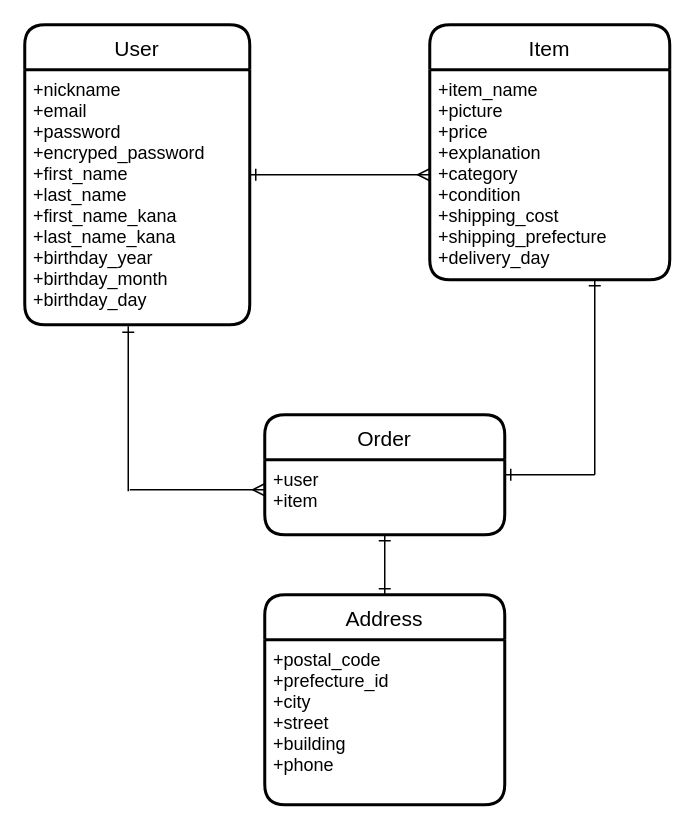
This is test.dio from sakki1226/furima-39659, a draw.io file, before an edit. Source tidied: cells renumbered, new cells numbered last; positions are measured from the earlier drawing's top-left corner, leaving out a move shared by most shapes. Both pictures are drawn from the tidied source at 150%, with x=0, y=0 at pixel (24, 24).
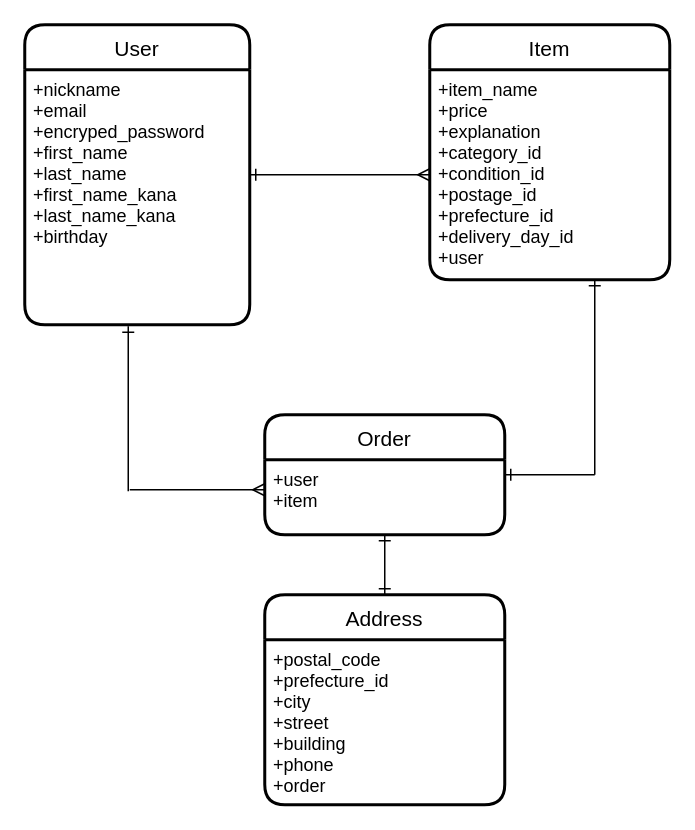
The same page after the edit.

Commit message (it also covers changes not shown here):
ER図、READMEの修正

Diff of the diagram source:
```diff
@@
 <mxGraphModel>
   <root>
     <mxCell id="0" />
     <mxCell id="1" parent="0" />
     <mxCell id="2" style="edgeStyle=none;html=1;entryX=0;entryY=0.5;entryDx=0;entryDy=0;startArrow=ERone;startFill=0;endArrow=ERmany;endFill=0;" parent="1" edge="1" source="3" target="6">
       <mxGeometry relative="1" as="geometry" />
     </mxCell>
     <mxCell id="3" value="User" style="swimlane;horizontal=1;startSize=30;rounded=1;fontSize=14;fontStyle=0;strokeWidth=2;shadow=0;dashed=0;align=center;" parent="1" vertex="1">
       <mxGeometry width="150" height="200" as="geometry" />
     </mxCell>
-    <mxCell id="4" value="+nickname&#10;+email&#10;+password&#10;+encryped_password&#10;+first_name&#10;+last_name&#10;+first_name_kana&#10;+last_name_kana&#10;+birthday_year&#10;+birthday_month&#10;+birthday_day" style="align=left;strokeColor=none;fillColor=none;spacingLeft=4;fontSize=12;verticalAlign=top;" parent="3" vertex="1">
+    <mxCell id="4" value="+nickname&#10;+email&#10;+encryped_password&#10;+first_name&#10;+last_name&#10;+first_name_kana&#10;+last_name_kana&#10;+birthday" style="align=left;strokeColor=none;fillColor=none;spacingLeft=4;fontSize=12;verticalAlign=top;" parent="3" vertex="1">
       <mxGeometry y="30" width="150" height="170" as="geometry" />
     </mxCell>
     <mxCell id="5" value="Item" style="swimlane;horizontal=1;startSize=30;rounded=1;fontSize=14;fontStyle=0;strokeWidth=2;shadow=0;dashed=0;align=center;" parent="1" vertex="1">
       <mxGeometry x="270" width="160" height="170" as="geometry" />
     </mxCell>
-    <mxCell id="6" value="+item_name&#10;+picture&#10;+price&#10;+explanation&#10;+category&#10;+condition&#10;+shipping_cost&#10;+shipping_prefecture&#10;+delivery_day&#10;" style="align=left;strokeColor=none;fillColor=none;spacingLeft=4;fontSize=12;verticalAlign=top;" parent="5" vertex="1">
+    <mxCell id="6" value="+item_name&#10;+price&#10;+explanation&#10;+category_id&#10;+condition_id&#10;+postage_id&#10;+prefecture_id&#10;+delivery_day_id&#10;+user" style="align=left;strokeColor=none;fillColor=none;spacingLeft=4;fontSize=12;verticalAlign=top;" parent="5" vertex="1">
       <mxGeometry y="30" width="160" height="140" as="geometry" />
     </mxCell>
     <mxCell id="7" value="Order" style="swimlane;horizontal=1;startSize=30;rounded=1;fontSize=14;fontStyle=0;strokeWidth=2;shadow=0;dashed=0;align=center;" parent="1" vertex="1">
       <mxGeometry x="160" y="260" width="160" height="80" as="geometry" />
     </mxCell>
     <mxCell id="8" value="+user&#10;+item&#10;" style="align=left;strokeColor=none;fillColor=none;spacingLeft=4;fontSize=12;verticalAlign=top;" parent="7" vertex="1">
       <mxGeometry y="30" width="160" height="50" as="geometry" />
     </mxCell>
     <mxCell id="9" value="Address" style="swimlane;horizontal=1;startSize=30;rounded=1;fontSize=14;fontStyle=0;strokeWidth=2;shadow=0;dashed=0;align=center;" parent="1" vertex="1">
       <mxGeometry x="160" y="380" width="160" height="140" as="geometry" />
     </mxCell>
-    <mxCell id="10" value="+postal_code&#10;+prefecture_id&#10;+city&#10;+street&#10;+building&#10;+phone" style="align=left;strokeColor=none;fillColor=none;spacingLeft=4;fontSize=12;verticalAlign=top;" parent="9" vertex="1">
+    <mxCell id="10" value="+postal_code&#10;+prefecture_id&#10;+city&#10;+street&#10;+building&#10;+phone&#10;+order" style="align=left;strokeColor=none;fillColor=none;spacingLeft=4;fontSize=12;verticalAlign=top;" parent="9" vertex="1">
       <mxGeometry y="30" width="160" height="110" as="geometry" />
     </mxCell>
     <mxCell id="11" style="endArrow=none;html=1;rounded=0;startArrow=ERone;startFill=0;" parent="1" edge="1">
       <mxGeometry relative="1" as="geometry">
         <mxPoint x="69" y="201" as="sourcePoint" />
         <mxPoint x="69" y="311" as="targetPoint" />
       </mxGeometry>
     </mxCell>
     <mxCell id="12" style="endArrow=ERmany;html=1;rounded=0;endFill=0;" parent="1" edge="1">
       <mxGeometry relative="1" as="geometry">
         <mxPoint x="70" y="310" as="sourcePoint" />
         <mxPoint x="160" y="310" as="targetPoint" />
       </mxGeometry>
     </mxCell>
     <mxCell id="13" style="edgeStyle=none;html=1;exitX=0.5;exitY=1;exitDx=0;exitDy=0;entryX=0.5;entryY=0;entryDx=0;entryDy=0;startArrow=ERone;startFill=0;endArrow=ERone;endFill=0;" parent="1" edge="1" source="8" target="9">
       <mxGeometry relative="1" as="geometry" />
     </mxCell>
     <mxCell id="14" style="edgeStyle=none;html=1;exitX=1;exitY=0;exitDx=0;exitDy=0;startArrow=ERone;startFill=0;endArrow=none;endFill=0;" parent="1" edge="1">
       <mxGeometry relative="1" as="geometry">
         <mxPoint x="320" y="300" as="sourcePoint" />
         <mxPoint x="380" y="300" as="targetPoint" />
       </mxGeometry>
     </mxCell>
     <mxCell id="15" style="edgeStyle=none;html=1;exitX=0.75;exitY=1;exitDx=0;exitDy=0;startArrow=ERone;startFill=0;endArrow=none;endFill=0;" parent="1" edge="1">
       <mxGeometry relative="1" as="geometry">
         <mxPoint x="380" y="170" as="sourcePoint" />
         <mxPoint x="380" y="300" as="targetPoint" />
       </mxGeometry>
     </mxCell>
   </root>
 </mxGraphModel>
```
